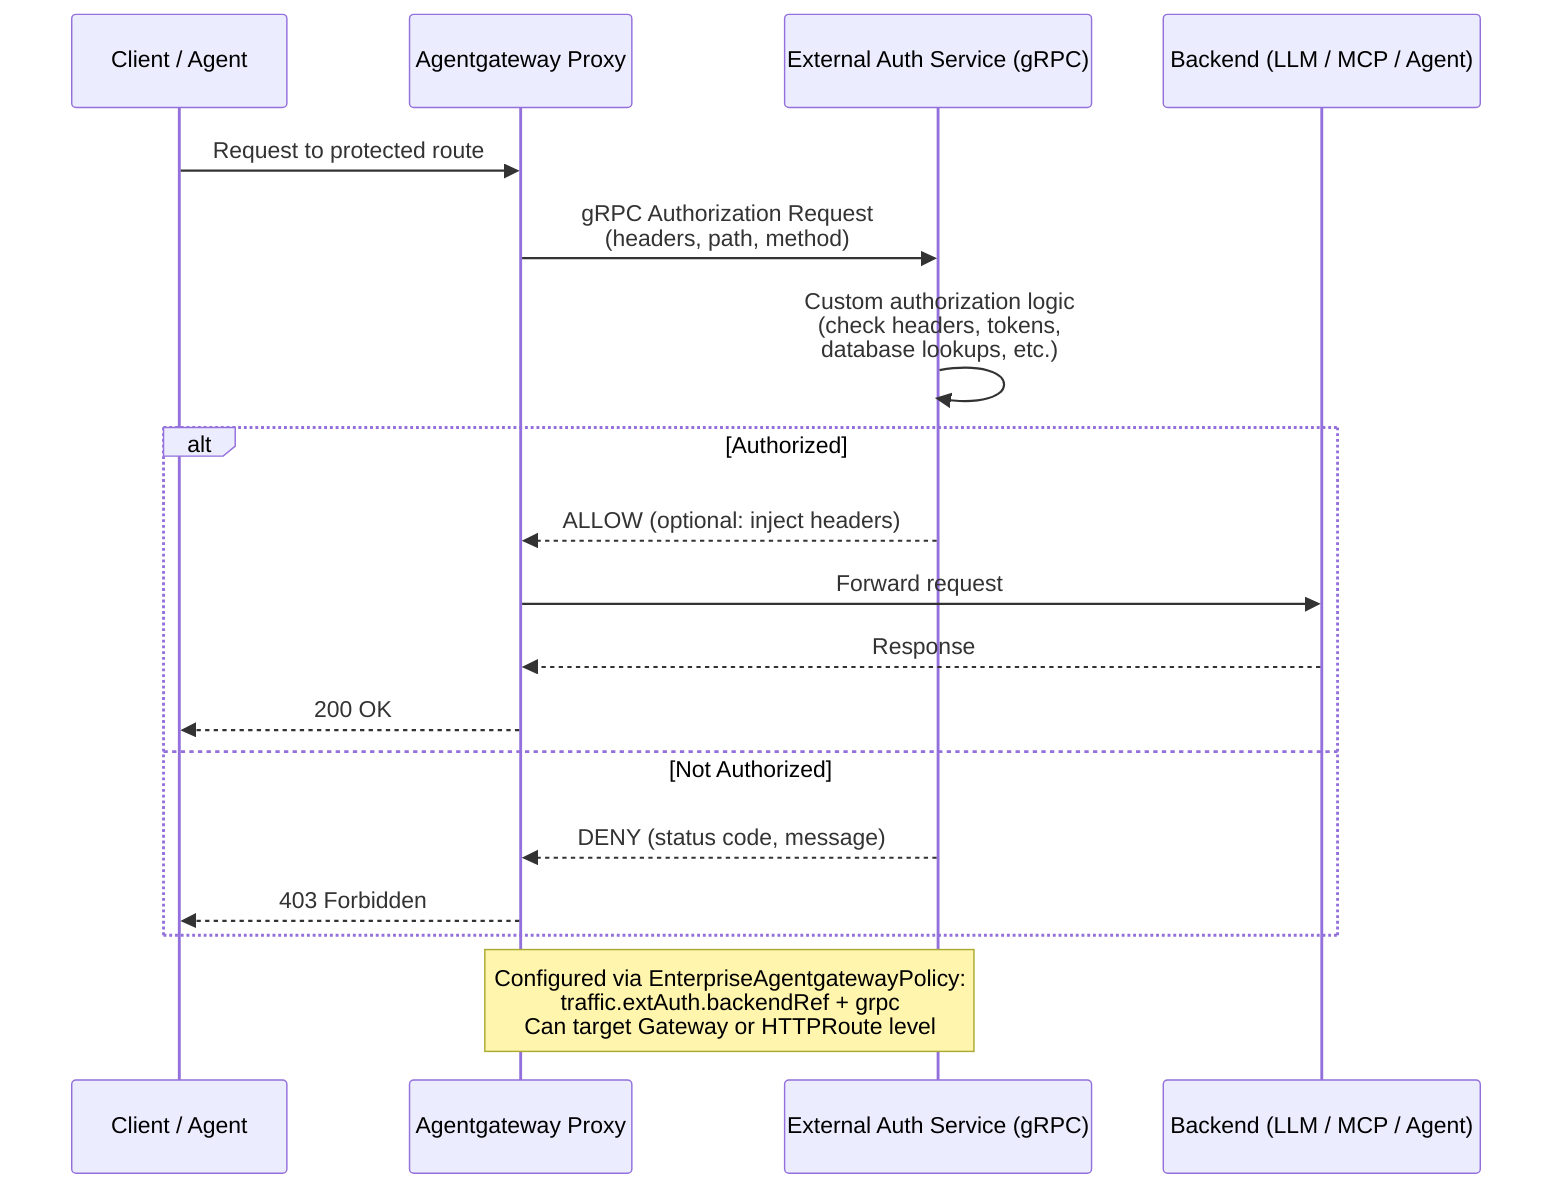
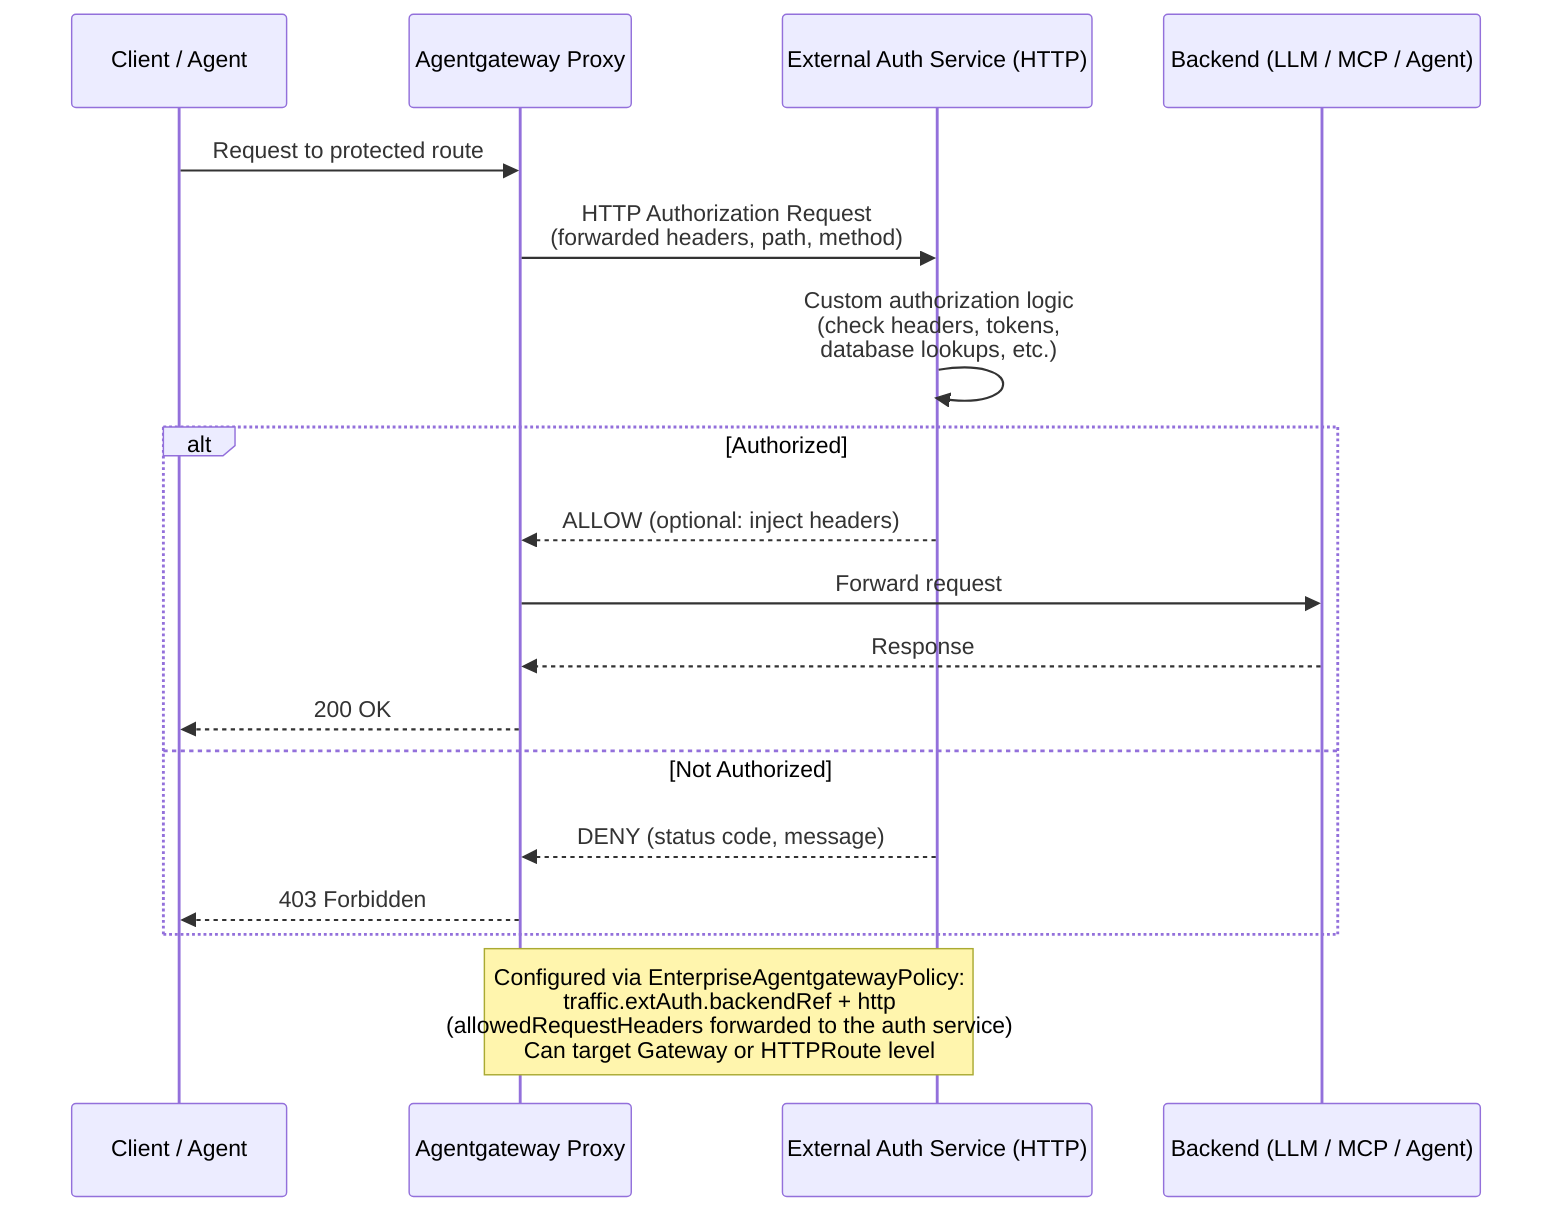
sequenceDiagram
    participant Client as Client / Agent
    participant AGW as Agentgateway Proxy
-     participant Auth as External Auth Service (gRPC)
+     participant Auth as External Auth Service (HTTP)
    participant Backend as Backend (LLM / MCP / Agent)

    Client->>AGW: Request to protected route
-     AGW->>Auth: gRPC Authorization Request<br/>(headers, path, method)
+     AGW->>Auth: HTTP Authorization Request<br/>(forwarded headers, path, method)
    Auth->>Auth: Custom authorization logic<br/>(check headers, tokens,<br/>database lookups, etc.)

    alt Authorized
        Auth-->>AGW: ALLOW (optional: inject headers)
        AGW->>Backend: Forward request
        Backend-->>AGW: Response
        AGW-->>Client: 200 OK
    else Not Authorized
        Auth-->>AGW: DENY (status code, message)
        AGW-->>Client: 403 Forbidden
    end

-     Note over AGW,Auth: Configured via EnterpriseAgentgatewayPolicy:<br/>traffic.extAuth.backendRef + grpc<br/>Can target Gateway or HTTPRoute level
+     Note over AGW,Auth: Configured via EnterpriseAgentgatewayPolicy:<br/>traffic.extAuth.backendRef + http<br/>(allowedRequestHeaders forwarded to the auth service)<br/>Can target Gateway or HTTPRoute level
